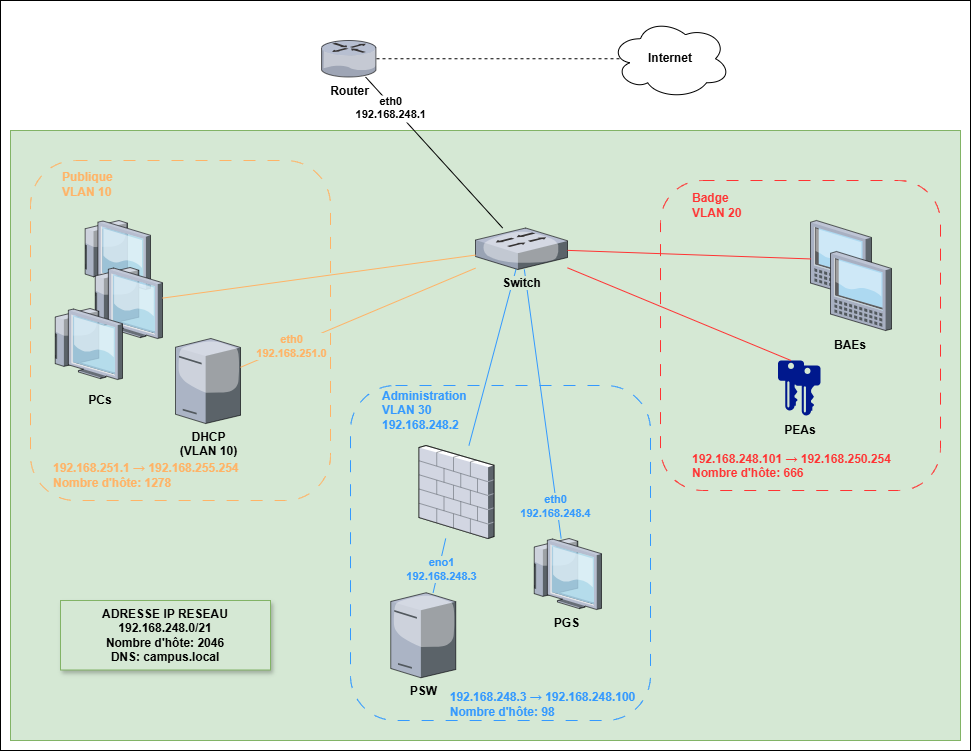
This is PartieCommune/Reseau/InfraReseau(finale).png from RobinMartineau/Acc-s-campus-, a draw.io export, as it was before one commit. Source tidied: cells renumbered, new cells last; positions are measured from the earlier drawing's top-left corner, leaving out a move shared by most shapes.
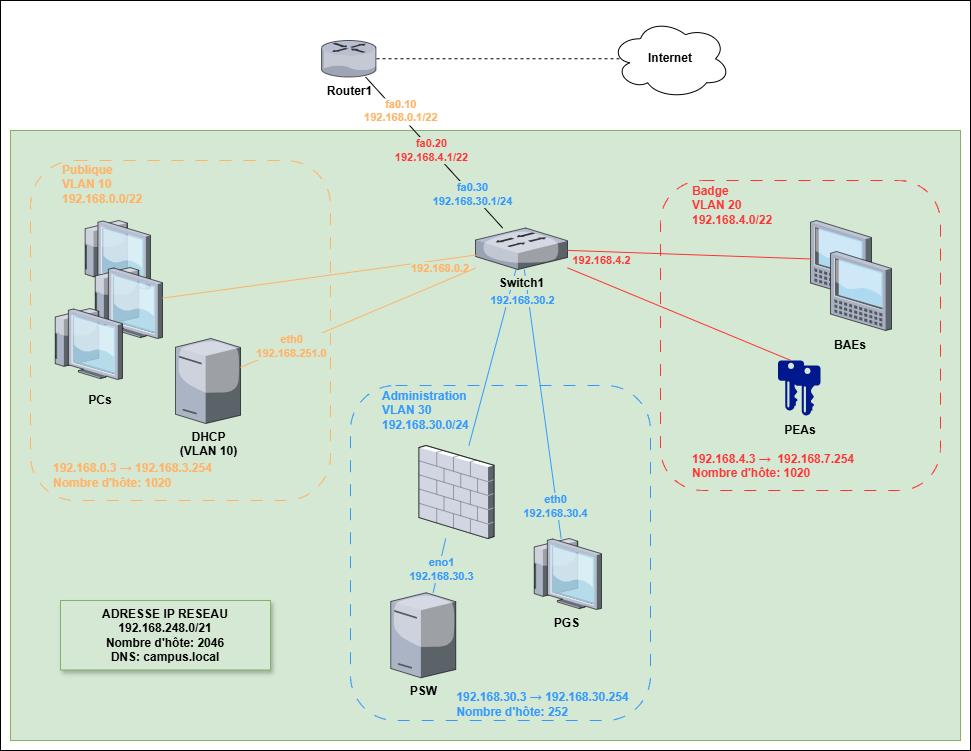
Later version of the same file.

Commit message:
Modification conf switch et router

Diff of the diagram source:
```diff
@@ -35,7 +35,7 @@
     <mxCell id="12" style="endArrow=none;html=1;rounded=0;strokeColor=#3399FF;" parent="1" edge="1" source="8" target="15">
       <mxGeometry relative="1" as="geometry" />
     </mxCell>
-    <mxCell id="13" value="eth0&lt;div&gt;192.168.248.4&lt;/div&gt;" style="edgeLabel;html=1;align=center;verticalAlign=middle;labelBackgroundColor=light-dark(#d5e8d4, #214210);fontStyle=1;fontColor=#3399FF;" parent="12" vertex="1">
+    <mxCell id="13" value="eth0&lt;div&gt;192.168.30.4&lt;/div&gt;" style="edgeLabel;html=1;align=center;verticalAlign=middle;labelBackgroundColor=light-dark(#d5e8d4, #214210);fontStyle=1;fontColor=#3399FF;" parent="12" vertex="1">
       <mxGeometry x="0.15" y="-2" relative="1" as="geometry">
         <mxPoint x="13" y="122" as="offset" />
       </mxGeometry>
@@ -43,30 +43,48 @@
     <mxCell id="14" style="endArrow=none;html=1;rounded=0;strokeColor=#3399FF;" parent="1" edge="1" source="35" target="15">
       <mxGeometry relative="1" as="geometry" />
     </mxCell>
+    <mxCell id="44" value="192.168.30.2" style="edgeLabel;html=1;align=center;verticalAlign=middle;fontStyle=1;fontColor=#3399FF;labelBackgroundColor=#D5E8D4;" parent="14" vertex="1">
+      <mxGeometry x="0.23" y="3" relative="1" as="geometry">
+        <mxPoint x="27" y="-37" as="offset" />
+      </mxGeometry>
+    </mxCell>
-    <mxCell id="15" value="&lt;b style=&quot;background-color: light-dark(rgb(213, 232, 212), rgb(237, 237, 237));&quot;&gt;Switch&lt;/b&gt;" style="verticalLabelPosition=bottom;sketch=0;html=1;verticalAlign=top;strokeColor=none;align=center;outlineConnect=0;shape=mxgraph.citrix.switch;" parent="1" vertex="1">
+    <mxCell id="15" value="&lt;b style=&quot;background-color: light-dark(rgb(213, 232, 212), rgb(237, 237, 237));&quot;&gt;Switch1&lt;/b&gt;" style="verticalLabelPosition=bottom;sketch=0;html=1;verticalAlign=top;strokeColor=none;align=center;outlineConnect=0;shape=mxgraph.citrix.switch;" parent="1" vertex="1">
       <mxGeometry x="475" y="227.5" width="92" height="41.5" as="geometry" />
     </mxCell>
     <mxCell id="16" style="endArrow=none;html=1;rounded=0;strokeColor=#FF3333;" parent="1" edge="1" source="15" target="11">
       <mxGeometry relative="1" as="geometry" />
     </mxCell>
+    <mxCell id="45" value="&lt;b&gt;&lt;font style=&quot;&quot;&gt;192.168.4.2&lt;/font&gt;&lt;/b&gt;" style="edgeLabel;html=1;align=center;verticalAlign=middle;fontColor=#FF3333;labelBackgroundColor=#D5E8D4;" parent="16" vertex="1">
+      <mxGeometry x="-0.79" y="-1" relative="1" as="geometry">
+        <mxPoint x="9" y="8" as="offset" />
+      </mxGeometry>
+    </mxCell>
     <mxCell id="17" value="&lt;b&gt;PSW&lt;/b&gt;" style="verticalLabelPosition=bottom;sketch=0;html=1;verticalAlign=top;strokeColor=none;align=center;outlineConnect=0;shape=mxgraph.citrix.tower_server;" parent="1" vertex="1">
       <mxGeometry x="390.2" y="592.2" width="65" height="85" as="geometry" />
     </mxCell>
-    <mxCell id="18" value="&lt;b&gt;Router&lt;/b&gt;" style="verticalLabelPosition=bottom;sketch=0;html=1;verticalAlign=top;strokeColor=none;align=center;outlineConnect=0;shape=mxgraph.citrix.router;" parent="1" vertex="1">
+    <mxCell id="18" value="&lt;b&gt;Router1&lt;/b&gt;" style="verticalLabelPosition=bottom;sketch=0;html=1;verticalAlign=top;strokeColor=none;align=center;outlineConnect=0;shape=mxgraph.citrix.router;" parent="1" vertex="1">
       <mxGeometry x="321" y="40" width="55" height="36.5" as="geometry" />
     </mxCell>
     <mxCell id="19" style="endArrow=none;html=1;rounded=0;" parent="1" edge="1" source="15" target="18">
       <mxGeometry relative="1" as="geometry" />
     </mxCell>
-    <mxCell id="20" value="eth0&#10;192.168.248.1" style="edgeLabel;align=center;verticalAlign=middle;labelBackgroundColor=default;textShadow=0;fontStyle=1;" parent="19" vertex="1">
+    <mxCell id="20" value="fa0.10&#10;192.168.0.1/22" style="edgeLabel;align=center;verticalAlign=middle;labelBackgroundColor=default;textShadow=0;fontStyle=1;fontColor=#FFB366;" parent="19" vertex="1">
       <mxGeometry x="0.28" y="2" relative="1" as="geometry">
-        <mxPoint x="-23" y="-26" as="offset" />
+        <mxPoint x="-13" y="-23" as="offset" />
       </mxGeometry>
     </mxCell>
+    <mxCell id="46" value="&lt;font style=&quot;&quot;&gt;&lt;span style=&quot;font-weight: 700;&quot;&gt;fa0.20&lt;/span&gt;&lt;br style=&quot;padding: 0px; margin: 0px; font-weight: 700;&quot;&gt;&lt;span style=&quot;font-weight: 700;&quot;&gt;192.168.4.1/22&lt;/span&gt;&lt;/font&gt;" style="edgeLabel;html=1;align=center;verticalAlign=middle;fontColor=#FF3333;labelBackgroundColor=#D5E8D4;" parent="19" vertex="1">
+      <mxGeometry x="-0.52" y="1" relative="1" as="geometry">
+        <mxPoint x="-38" y="-42" as="offset" />
+      </mxGeometry>
+    </mxCell>
+    <mxCell id="47" value="&lt;span style=&quot;font-weight: 700;&quot;&gt;fa0.30&lt;/span&gt;&lt;br style=&quot;padding: 0px; margin: 0px; font-weight: 700;&quot;&gt;&lt;span style=&quot;font-weight: 700;&quot;&gt;192.168.30.1/24&lt;/span&gt;" style="edgeLabel;html=1;align=center;verticalAlign=middle;fontColor=#3399FF;labelBackgroundColor=#D5E8D4;" parent="19" vertex="1">
+      <mxGeometry x="-0.54" relative="1" as="geometry" />
+    </mxCell>
-    <mxCell id="21" value="192.168.248.101 → 192.168.250.254 Nombre d'hôte: 666" style="text;whiteSpace=wrap;html=1;fontColor=#FF3333;fontStyle=1;" parent="1" vertex="1">
+    <mxCell id="21" value="192.168.4.3 →&amp;nbsp; 192.168.7.254&amp;nbsp;&lt;div&gt;Nombre d'hôte: 1020&lt;/div&gt;" style="text;whiteSpace=wrap;html=1;fontColor=#FF3333;fontStyle=1;" parent="1" vertex="1">
       <mxGeometry x="690" y="445" width="230" height="40" as="geometry" />
     </mxCell>
-    <mxCell id="22" value="&lt;div&gt;Badge&lt;/div&gt;VLAN 20" style="text;html=1;align=left;verticalAlign=middle;whiteSpace=wrap;rounded=0;fontColor=#FF3333;fontStyle=1;" parent="1" vertex="1">
+    <mxCell id="22" value="&lt;div&gt;Badge&lt;/div&gt;VLAN 20&lt;div&gt;192.168.4.0/22&lt;/div&gt;" style="text;html=1;align=left;verticalAlign=middle;whiteSpace=wrap;rounded=0;fontColor=#FF3333;fontStyle=1;" parent="1" vertex="1">
       <mxGeometry x="690" y="190" width="120" height="30" as="geometry" />
     </mxCell>
     <mxCell id="23" style="endArrow=none;html=1;rounded=0;entryX=0.5;entryY=0;entryDx=0;entryDy=0;entryPerimeter=0;strokeColor=#FF3333;" parent="1" edge="1" source="15" target="7">
@@ -81,13 +99,13 @@
     <mxCell id="26" value="PEAs" style="text;html=1;align=center;verticalAlign=middle;whiteSpace=wrap;rounded=0;fontStyle=1;" parent="1" vertex="1">
       <mxGeometry x="770" y="415" width="60" height="30" as="geometry" />
     </mxCell>
-    <mxCell id="27" value="Publique&lt;div&gt;&lt;font&gt;VLAN 10&lt;/font&gt;&lt;/div&gt;" style="text;html=1;align=left;verticalAlign=middle;whiteSpace=wrap;rounded=0;fontStyle=1;fontColor=#FFB366;" parent="1" vertex="1">
+    <mxCell id="27" value="Publique&lt;div&gt;&lt;font&gt;VLAN 10&lt;/font&gt;&lt;/div&gt;&lt;div&gt;&lt;font&gt;192.168.0.0/22&lt;/font&gt;&lt;/div&gt;" style="text;html=1;align=left;verticalAlign=middle;whiteSpace=wrap;rounded=0;fontStyle=1;fontColor=#FFB366;" parent="1" vertex="1">
       <mxGeometry x="60" y="169" width="60" height="30" as="geometry" />
     </mxCell>
     <mxCell id="28" value="PCs" style="text;html=1;align=center;verticalAlign=middle;whiteSpace=wrap;rounded=0;fontStyle=1;" parent="1" vertex="1">
       <mxGeometry x="70" y="385" width="60" height="30" as="geometry" />
     </mxCell>
-    <mxCell id="29" value="Administration&lt;div&gt;VLAN 30&lt;/div&gt;&lt;div&gt;192.168.248.2&lt;/div&gt;" style="text;html=1;align=left;verticalAlign=middle;whiteSpace=wrap;rounded=0;fontColor=#3399FF;fontStyle=1;" parent="1" vertex="1">
+    <mxCell id="29" value="Administration&lt;div&gt;VLAN 30&lt;/div&gt;&lt;div&gt;192.168.30.0/24&lt;/div&gt;" style="text;html=1;align=left;verticalAlign=middle;whiteSpace=wrap;rounded=0;fontColor=#3399FF;fontStyle=1;" parent="1" vertex="1">
       <mxGeometry x="380" y="395" width="60" height="30" as="geometry" />
     </mxCell>
     <mxCell id="30" style="verticalLabelPosition=bottom;sketch=0;html=1;verticalAlign=top;strokeColor=none;align=center;shape=mxgraph.citrix.thin_client;" parent="1" vertex="1">
@@ -102,6 +120,11 @@
     <mxCell id="33" style="endArrow=none;html=1;rounded=0;strokeColor=#FFB366;" parent="1" edge="1" source="31" target="15">
       <mxGeometry relative="1" as="geometry" />
     </mxCell>
+    <mxCell id="48" value="&lt;font style=&quot;color: rgb(255, 179, 102);&quot;&gt;&lt;b&gt;192.168.0.2&lt;/b&gt;&lt;/font&gt;" style="edgeLabel;html=1;align=center;verticalAlign=middle;labelBackgroundColor=light-dark(#d5e8d4, #214210);whiteSpace=wrap;" parent="33" vertex="1">
+      <mxGeometry x="0.52" y="1" relative="1" as="geometry">
+        <mxPoint x="41" y="3" as="offset" />
+      </mxGeometry>
+    </mxCell>
     <mxCell id="34" value="&lt;b&gt;Internet&lt;/b&gt;" style="ellipse;shape=cloud;whiteSpace=wrap;html=1;" parent="1" vertex="1">
       <mxGeometry x="610" y="18.2" width="120" height="80" as="geometry" />
     </mxCell>
@@ -111,7 +134,7 @@
     <mxCell id="36" style="endArrow=none;html=1;rounded=0;strokeColor=#3399FF;" parent="1" edge="1" source="17" target="35">
       <mxGeometry relative="1" as="geometry" />
     </mxCell>
-    <mxCell id="37" value="eno1&lt;div&gt;192.168.248.3&lt;/div&gt;" style="edgeLabel;html=1;align=center;verticalAlign=middle;labelBackgroundColor=light-dark(#d5e8d4, #32b532);fontStyle=1;fontColor=#3399FF;" parent="36" vertex="1">
+    <mxCell id="37" value="eno1&lt;div&gt;192.168.30.3&lt;/div&gt;" style="edgeLabel;html=1;align=center;verticalAlign=middle;labelBackgroundColor=light-dark(#d5e8d4, #32b532);fontStyle=1;fontColor=#3399FF;" parent="36" vertex="1">
       <mxGeometry x="0.17" y="-2" relative="1" as="geometry">
         <mxPoint x="-2" y="8" as="offset" />
       </mxGeometry>
@@ -119,7 +142,7 @@
     <mxCell id="38" style="endArrow=none;dashed=1;html=1;rounded=0;entryX=0.083;entryY=0.5;entryDx=0;entryDy=0;entryPerimeter=0;" parent="1" edge="1" source="18" target="34">
       <mxGeometry relative="1" as="geometry" />
     </mxCell>
-    <mxCell id="39" value="192.168.251.1 → 192.168.255.254&lt;br&gt;&lt;div&gt;Nombre d'hôte: 1278&lt;/div&gt;" style="text;html=1;align=left;verticalAlign=middle;whiteSpace=wrap;rounded=0;fontStyle=1;fontColor=#FFB366;" parent="1" vertex="1">
+    <mxCell id="39" value="192.168.0.3 → 192.168.3.254&lt;br&gt;&lt;div&gt;Nombre d'hôte: 1020&lt;/div&gt;" style="text;html=1;align=left;verticalAlign=middle;whiteSpace=wrap;rounded=0;fontStyle=1;fontColor=#FFB366;" parent="1" vertex="1">
       <mxGeometry x="51" y="460" width="200" height="30" as="geometry" />
     </mxCell>
     <mxCell id="40" value="&lt;b&gt;DHCP&lt;/b&gt;&lt;div&gt;&lt;b&gt;(VLAN 10)&lt;/b&gt;&lt;/div&gt;" style="verticalLabelPosition=bottom;sketch=0;html=1;verticalAlign=top;strokeColor=none;align=center;outlineConnect=0;shape=mxgraph.citrix.license_server;" parent="1" vertex="1">
@@ -133,7 +156,7 @@
         <mxPoint x="16" y="-5" as="offset" />
       </mxGeometry>
     </mxCell>
-    <mxCell id="43" value="&lt;span style=&quot;text-align: left;&quot;&gt;192.168.248.3 → 192.168.248.100&lt;/span&gt;&lt;br style=&quot;text-align: left;&quot;&gt;&lt;div style=&quot;text-align: left;&quot;&gt;Nombre d'hôte: 98&lt;/div&gt;" style="text;html=1;align=center;verticalAlign=middle;whiteSpace=wrap;rounded=0;fontColor=#3399FF;fontStyle=1;" parent="1" vertex="1">
+    <mxCell id="43" value="&lt;span style=&quot;text-align: left;&quot;&gt;192.168.30.3 → 192.168.30.254&lt;/span&gt;&lt;br style=&quot;text-align: left;&quot;&gt;&lt;div style=&quot;text-align: left;&quot;&gt;Nombre d'hôte: 252&lt;/div&gt;" style="text;html=1;align=center;verticalAlign=middle;whiteSpace=wrap;rounded=0;fontColor=#3399FF;fontStyle=1;" parent="1" vertex="1">
       <mxGeometry x="430" y="688.6" width="225" height="30" as="geometry" />
     </mxCell>
   </root>
```
